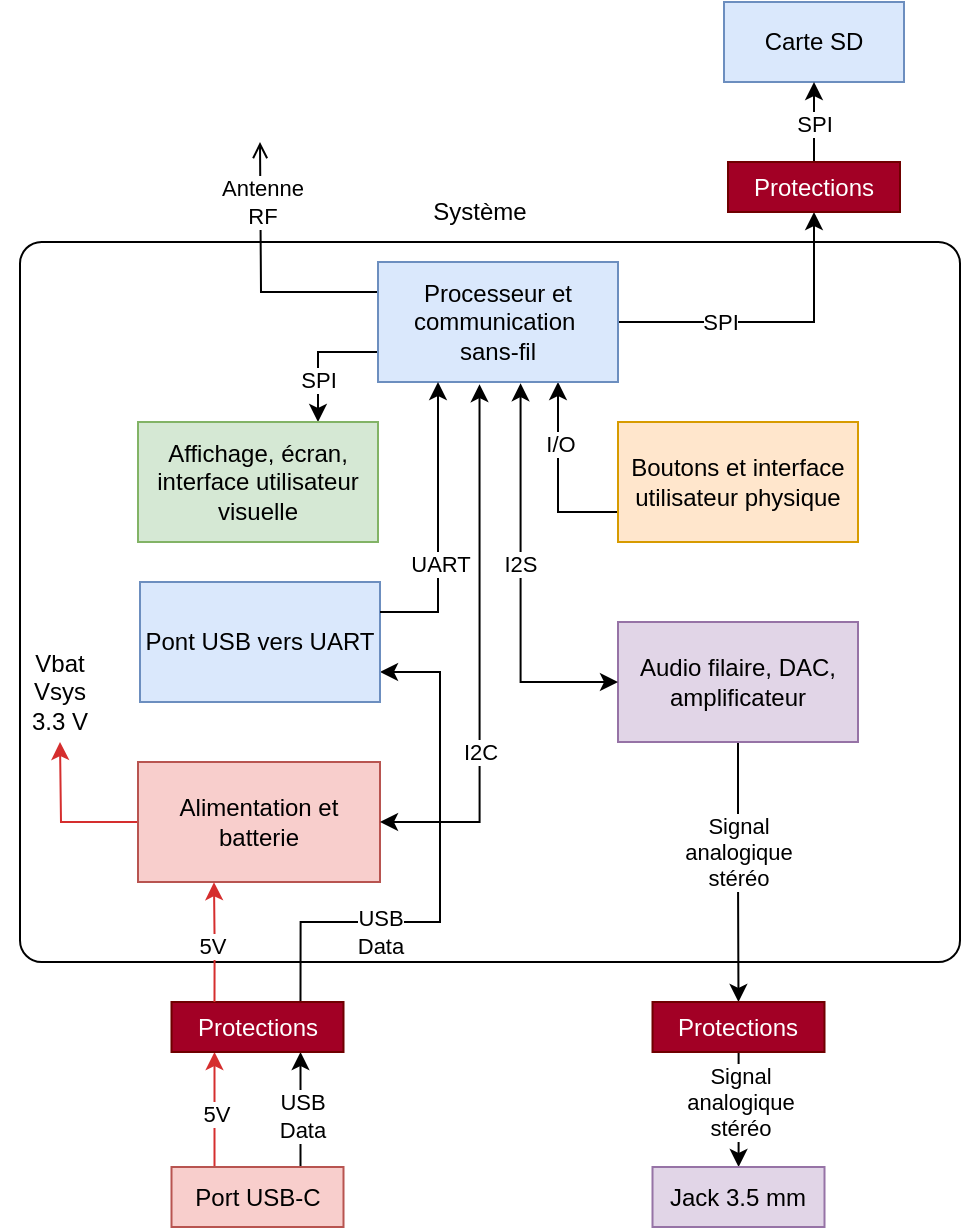
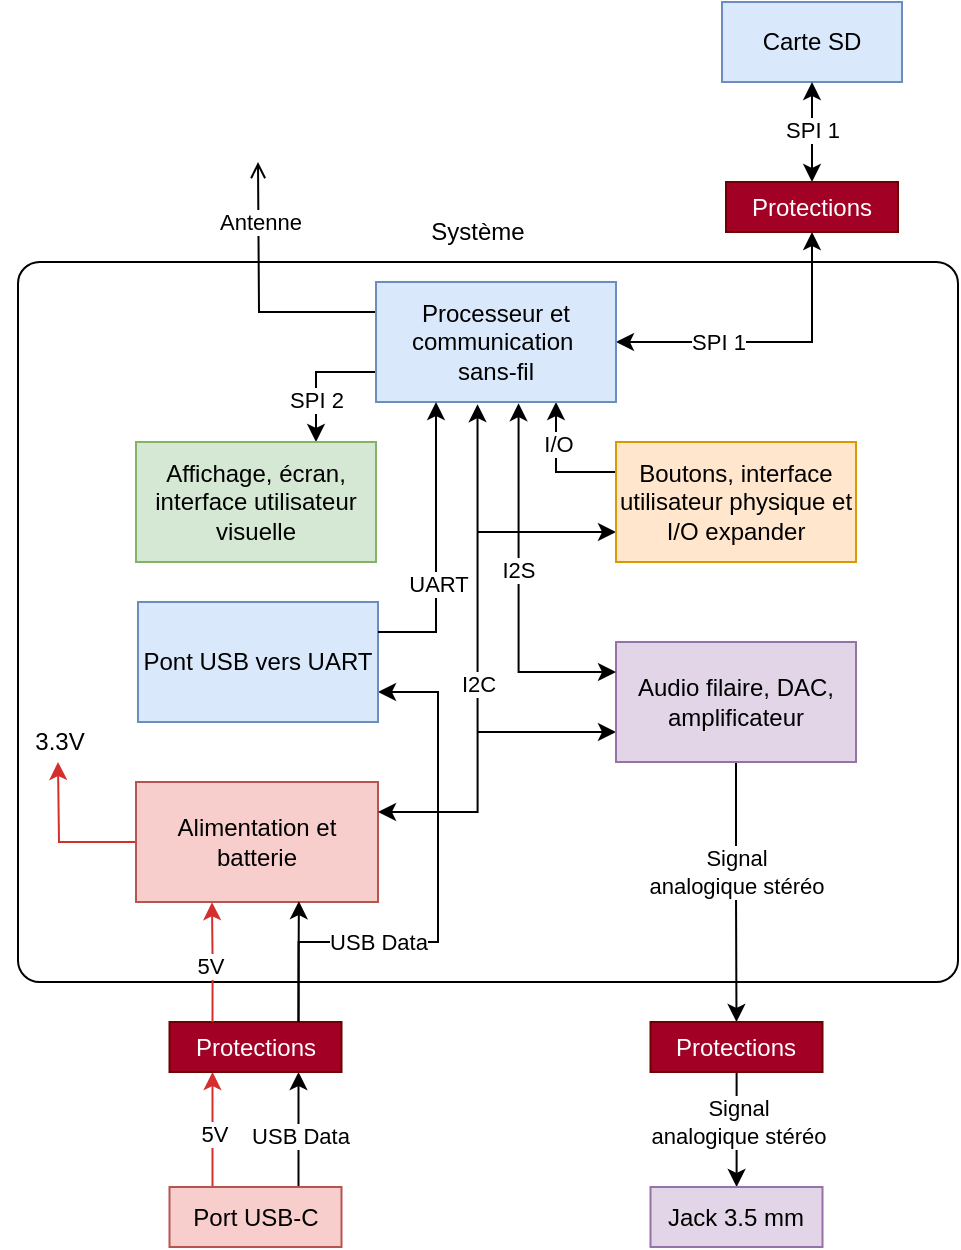
- <mxfile host="app.diagrams.net" agent="Mozilla/5.0 (Windows NT 10.0; Win64; x64; rv:148.0) Gecko/20100101 Firefox/148.0" version="29.6.0">
+ <mxfile host="app.diagrams.net" agent="Mozilla/5.0 (Windows NT 10.0; Win64; x64; rv:148.0) Gecko/20100101 Firefox/148.0">
  <diagram name="Page-1" id="Mp4qxl4u3dfNtDBe53xb">
-     <mxGraphModel dx="1425" dy="799" grid="1" gridSize="10" guides="1" tooltips="1" connect="1" arrows="1" fold="1" page="1" pageScale="1" pageWidth="827" pageHeight="1169" math="0" shadow="0">
+     <mxGraphModel dx="1077" dy="490" grid="1" gridSize="10" guides="1" tooltips="1" connect="1" arrows="1" fold="1" page="1" pageScale="1" pageWidth="827" pageHeight="1169" math="0" shadow="0">
      <root>
        <mxCell id="0" />
        <mxCell id="1" parent="0" />
        <mxCell id="InfD0HFL66ZjcEA0G4re-41" parent="1" style="rounded=1;whiteSpace=wrap;html=1;arcSize=3;" value="" vertex="1">
          <mxGeometry height="360" width="470" x="183" y="340" as="geometry" />
        </mxCell>
        <mxCell id="InfD0HFL66ZjcEA0G4re-17" edge="1" parent="1" source="mWaRPkYXV2c9awh6F8o4-3" style="edgeStyle=orthogonalEdgeStyle;rounded=0;orthogonalLoop=1;jettySize=auto;html=1;exitX=0.25;exitY=0;exitDx=0;exitDy=0;entryX=0.25;entryY=1;entryDx=0;entryDy=0;strokeColor=#D52E2E;" target="mWaRPkYXV2c9awh6F8o4-29">
          <mxGeometry relative="1" as="geometry" />
        </mxCell>
        <mxCell id="InfD0HFL66ZjcEA0G4re-34" connectable="0" parent="InfD0HFL66ZjcEA0G4re-17" style="edgeLabel;html=1;align=center;verticalAlign=middle;resizable=0;points=[];" value="5V" vertex="1">
          <mxGeometry relative="1" x="-0.073" y="-3" as="geometry">
            <mxPoint x="-3" as="offset" />
          </mxGeometry>
        </mxCell>
        <mxCell id="InfD0HFL66ZjcEA0G4re-18" edge="1" parent="1" source="mWaRPkYXV2c9awh6F8o4-3" style="edgeStyle=orthogonalEdgeStyle;rounded=0;orthogonalLoop=1;jettySize=auto;html=1;exitX=0.75;exitY=0;exitDx=0;exitDy=0;entryX=0.75;entryY=1;entryDx=0;entryDy=0;strokeColor=#000000;" target="mWaRPkYXV2c9awh6F8o4-29">
          <mxGeometry relative="1" as="geometry" />
        </mxCell>
-         <mxCell id="InfD0HFL66ZjcEA0G4re-36" connectable="0" parent="InfD0HFL66ZjcEA0G4re-18" style="edgeLabel;html=1;align=center;verticalAlign=middle;resizable=0;points=[];" value="&lt;div&gt;USB&lt;/div&gt;&lt;div&gt;Data&lt;/div&gt;" vertex="1">
+         <mxCell id="InfD0HFL66ZjcEA0G4re-36" connectable="0" parent="InfD0HFL66ZjcEA0G4re-18" style="edgeLabel;html=1;align=center;verticalAlign=middle;resizable=0;points=[];" value="&lt;div&gt;USB Data&lt;/div&gt;" vertex="1">
          <mxGeometry relative="1" x="-0.0896" as="geometry">
            <mxPoint as="offset" />
          </mxGeometry>
        </mxCell>
        <mxCell id="mWaRPkYXV2c9awh6F8o4-3" parent="1" style="rounded=0;whiteSpace=wrap;html=1;fillColor=#f8cecc;strokeColor=#b85450;" value="Port USB-C" vertex="1">
          <mxGeometry height="30" width="86" x="258.75" y="802.5" as="geometry" />
        </mxCell>
        <mxCell id="InfD0HFL66ZjcEA0G4re-30" edge="1" parent="1" source="mWaRPkYXV2c9awh6F8o4-9" style="edgeStyle=orthogonalEdgeStyle;rounded=0;orthogonalLoop=1;jettySize=auto;html=1;exitX=0;exitY=0.5;exitDx=0;exitDy=0;strokeColor=#D52E2E;">
          <mxGeometry relative="1" as="geometry">
            <mxPoint x="203" y="590" as="targetPoint" />
          </mxGeometry>
        </mxCell>
        <mxCell id="mWaRPkYXV2c9awh6F8o4-9" parent="1" style="rounded=0;whiteSpace=wrap;html=1;fillColor=#f8cecc;strokeColor=#b85450;" value="Alimentation et batterie" vertex="1">
          <mxGeometry height="60" width="121" x="242" y="600" as="geometry" />
        </mxCell>
        <mxCell id="mWaRPkYXV2c9awh6F8o4-10" edge="1" parent="1" source="mWaRPkYXV2c9awh6F8o4-17" style="edgeStyle=orthogonalEdgeStyle;rounded=0;orthogonalLoop=1;jettySize=auto;html=1;exitX=0;exitY=0.25;exitDx=0;exitDy=0;endArrow=open;endFill=0;">
          <mxGeometry relative="1" as="geometry">
            <mxPoint x="303" y="290" as="targetPoint" />
          </mxGeometry>
        </mxCell>
-         <mxCell id="mWaRPkYXV2c9awh6F8o4-11" connectable="0" parent="mWaRPkYXV2c9awh6F8o4-10" style="edgeLabel;html=1;align=center;verticalAlign=middle;resizable=0;points=[];" value="&lt;div&gt;Antenne&lt;/div&gt;RF" vertex="1">
+         <mxCell id="mWaRPkYXV2c9awh6F8o4-11" connectable="0" parent="mWaRPkYXV2c9awh6F8o4-10" style="edgeLabel;html=1;align=center;verticalAlign=middle;resizable=0;points=[];" value="&lt;div&gt;Antenne&lt;/div&gt;" vertex="1">
          <mxGeometry relative="1" x="0.3241" y="1" as="geometry">
            <mxPoint x="1" y="-15" as="offset" />
          </mxGeometry>
        </mxCell>
-         <mxCell id="mWaRPkYXV2c9awh6F8o4-14" edge="1" parent="1" source="mWaRPkYXV2c9awh6F8o4-17" style="edgeStyle=orthogonalEdgeStyle;rounded=0;orthogonalLoop=1;jettySize=auto;html=1;exitX=0.75;exitY=1;exitDx=0;exitDy=0;entryX=0;entryY=0.75;entryDx=0;entryDy=0;startArrow=classic;startFill=1;endArrow=none;endFill=0;" target="mWaRPkYXV2c9awh6F8o4-19">
+         <mxCell id="mWaRPkYXV2c9awh6F8o4-14" edge="1" parent="1" source="mWaRPkYXV2c9awh6F8o4-17" style="edgeStyle=orthogonalEdgeStyle;rounded=0;orthogonalLoop=1;jettySize=auto;html=1;exitX=0.75;exitY=1;exitDx=0;exitDy=0;entryX=0;entryY=0.25;entryDx=0;entryDy=0;startArrow=classic;startFill=1;endArrow=none;endFill=0;" target="mWaRPkYXV2c9awh6F8o4-19">
          <mxGeometry relative="1" as="geometry" />
        </mxCell>
        <mxCell id="InfD0HFL66ZjcEA0G4re-4" connectable="0" parent="mWaRPkYXV2c9awh6F8o4-14" style="edgeLabel;html=1;align=center;verticalAlign=middle;resizable=0;points=[];" value="I/O" vertex="1">
          <mxGeometry relative="1" x="-0.3549" y="1" as="geometry">
            <mxPoint as="offset" />
          </mxGeometry>
        </mxCell>
-         <mxCell id="mWaRPkYXV2c9awh6F8o4-16" edge="1" parent="1" source="mWaRPkYXV2c9awh6F8o4-17" style="edgeStyle=orthogonalEdgeStyle;rounded=0;orthogonalLoop=1;jettySize=auto;html=1;exitX=1;exitY=0.5;exitDx=0;exitDy=0;entryX=0.5;entryY=1;entryDx=0;entryDy=0;strokeColor=#000000;" target="mWaRPkYXV2c9awh6F8o4-31">
-           <mxGeometry relative="1" as="geometry" />
-         </mxCell>
-         <mxCell id="InfD0HFL66ZjcEA0G4re-1" connectable="0" parent="mWaRPkYXV2c9awh6F8o4-16" style="edgeLabel;html=1;align=center;verticalAlign=middle;resizable=0;points=[];" value="SPI" vertex="1">
+         <mxCell id="mWaRPkYXV2c9awh6F8o4-16" edge="1" parent="1" source="mWaRPkYXV2c9awh6F8o4-17" style="edgeStyle=orthogonalEdgeStyle;rounded=0;orthogonalLoop=1;jettySize=auto;html=1;exitX=1;exitY=0.5;exitDx=0;exitDy=0;entryX=0.5;entryY=1;entryDx=0;entryDy=0;strokeColor=#000000;startArrow=classic;startFill=1;" target="mWaRPkYXV2c9awh6F8o4-31">
+           <mxGeometry relative="1" as="geometry" />
+         </mxCell>
+         <mxCell id="InfD0HFL66ZjcEA0G4re-1" connectable="0" parent="mWaRPkYXV2c9awh6F8o4-16" style="edgeLabel;html=1;align=center;verticalAlign=middle;resizable=0;points=[];" value="SPI 1" vertex="1">
          <mxGeometry relative="1" x="0.3219" y="2" as="geometry">
            <mxPoint x="-45" y="3" as="offset" />
          </mxGeometry>
        </mxCell>
        <mxCell id="InfD0HFL66ZjcEA0G4re-27" edge="1" parent="1" source="mWaRPkYXV2c9awh6F8o4-17" style="edgeStyle=orthogonalEdgeStyle;rounded=0;orthogonalLoop=1;jettySize=auto;html=1;exitX=0;exitY=0.75;exitDx=0;exitDy=0;entryX=0.75;entryY=0;entryDx=0;entryDy=0;" target="mWaRPkYXV2c9awh6F8o4-18">
          <mxGeometry relative="1" as="geometry" />
        </mxCell>
-         <mxCell id="InfD0HFL66ZjcEA0G4re-28" connectable="0" parent="InfD0HFL66ZjcEA0G4re-27" style="edgeLabel;html=1;align=center;verticalAlign=middle;resizable=0;points=[];" value="SPI" vertex="1">
+         <mxCell id="InfD0HFL66ZjcEA0G4re-28" connectable="0" parent="InfD0HFL66ZjcEA0G4re-27" style="edgeLabel;html=1;align=center;verticalAlign=middle;resizable=0;points=[];" value="SPI 2" vertex="1">
          <mxGeometry relative="1" x="0.3448" as="geometry">
            <mxPoint as="offset" />
          </mxGeometry>
        </mxCell>
        <mxCell id="mWaRPkYXV2c9awh6F8o4-17" parent="1" style="rounded=0;whiteSpace=wrap;html=1;fillColor=#dae8fc;strokeColor=#6c8ebf;" value="&lt;div&gt;Processeur et communication&amp;nbsp;&lt;/div&gt;&lt;div&gt;sans-fil&lt;/div&gt;" vertex="1">
          <mxGeometry height="60" width="120" x="362" y="350" as="geometry" />
        </mxCell>
        <mxCell id="mWaRPkYXV2c9awh6F8o4-18" parent="1" style="rounded=0;whiteSpace=wrap;html=1;fillColor=#d5e8d4;strokeColor=#82b366;" value="Affichage, écran, interface utilisateur visuelle" vertex="1">
          <mxGeometry height="60" width="120" x="242" y="430" as="geometry" />
        </mxCell>
-         <mxCell id="mWaRPkYXV2c9awh6F8o4-19" parent="1" style="rounded=0;whiteSpace=wrap;html=1;fillColor=#ffe6cc;strokeColor=#d79b00;" value="Boutons et interface utilisateur physique" vertex="1">
+         <mxCell id="zYMX3MGjl0S8vz_TeQ27-9" edge="1" parent="1" source="mWaRPkYXV2c9awh6F8o4-19" style="edgeStyle=orthogonalEdgeStyle;rounded=0;orthogonalLoop=1;jettySize=auto;html=1;exitX=0;exitY=0.75;exitDx=0;exitDy=0;startArrow=classic;startFill=1;endArrow=none;endFill=0;">
+           <mxGeometry relative="1" as="geometry">
+             <mxPoint x="413" y="475" as="targetPoint" />
+           </mxGeometry>
+         </mxCell>
+         <mxCell id="mWaRPkYXV2c9awh6F8o4-19" parent="1" style="rounded=0;whiteSpace=wrap;html=1;fillColor=#ffe6cc;strokeColor=#d79b00;" value="Boutons, interface utilisateur physique et I/O expander" vertex="1">
          <mxGeometry height="60" width="120" x="482" y="430" as="geometry" />
        </mxCell>
        <mxCell id="InfD0HFL66ZjcEA0G4re-32" edge="1" parent="1" source="mWaRPkYXV2c9awh6F8o4-22" style="edgeStyle=orthogonalEdgeStyle;rounded=0;orthogonalLoop=1;jettySize=auto;html=1;exitX=0.5;exitY=1;exitDx=0;exitDy=0;entryX=0.5;entryY=0;entryDx=0;entryDy=0;" target="mWaRPkYXV2c9awh6F8o4-33">
          <mxGeometry relative="1" as="geometry" />
        </mxCell>
-         <mxCell id="InfD0HFL66ZjcEA0G4re-33" connectable="0" parent="InfD0HFL66ZjcEA0G4re-32" style="edgeLabel;html=1;align=center;verticalAlign=middle;resizable=0;points=[];" value="&lt;div&gt;Signal&lt;/div&gt;&lt;div&gt;analogique&lt;/div&gt;&lt;div&gt;stéréo&lt;/div&gt;" vertex="1">
+         <mxCell id="InfD0HFL66ZjcEA0G4re-33" connectable="0" parent="InfD0HFL66ZjcEA0G4re-32" style="edgeLabel;html=1;align=center;verticalAlign=middle;resizable=0;points=[];" value="&lt;div&gt;Signal&lt;/div&gt;&lt;div&gt;analogique stéréo&lt;/div&gt;" vertex="1">
          <mxGeometry relative="1" x="-0.0581" as="geometry">
            <mxPoint y="-7" as="offset" />
          </mxGeometry>
        </mxCell>
+         <mxCell id="zYMX3MGjl0S8vz_TeQ27-4" edge="1" parent="1" source="mWaRPkYXV2c9awh6F8o4-22" style="edgeStyle=orthogonalEdgeStyle;rounded=0;orthogonalLoop=1;jettySize=auto;html=1;exitX=0;exitY=0.75;exitDx=0;exitDy=0;endArrow=none;endFill=0;startArrow=classic;startFill=1;">
+           <mxGeometry relative="1" as="geometry">
+             <mxPoint x="413" y="575" as="targetPoint" />
+           </mxGeometry>
+         </mxCell>
        <mxCell id="mWaRPkYXV2c9awh6F8o4-22" parent="1" style="rounded=0;whiteSpace=wrap;html=1;fillColor=#e1d5e7;strokeColor=#9673a6;" value="Audio filaire, DAC, amplificateur" vertex="1">
          <mxGeometry height="60" width="120" x="482" y="530" as="geometry" />
        </mxCell>
        <mxCell id="mWaRPkYXV2c9awh6F8o4-23" parent="1" style="rounded=0;whiteSpace=wrap;html=1;fillColor=#dae8fc;strokeColor=#6c8ebf;" value="Carte SD" vertex="1">
-           <mxGeometry height="40" width="90" x="535" y="220" as="geometry" />
+           <mxGeometry height="40" width="90" x="535" y="210" as="geometry" />
        </mxCell>
        <mxCell id="InfD0HFL66ZjcEA0G4re-22" edge="1" parent="1" source="mWaRPkYXV2c9awh6F8o4-29" style="edgeStyle=orthogonalEdgeStyle;rounded=0;orthogonalLoop=1;jettySize=auto;html=1;exitX=0.75;exitY=0;exitDx=0;exitDy=0;entryX=1;entryY=0.75;entryDx=0;entryDy=0;strokeColor=#000000;" target="InfD0HFL66ZjcEA0G4re-16">
          <mxGeometry relative="1" as="geometry">
            <Array as="points">
              <mxPoint x="323" y="680" />
              <mxPoint x="393" y="680" />
              <mxPoint x="393" y="555" />
            </Array>
          </mxGeometry>
        </mxCell>
-         <mxCell id="InfD0HFL66ZjcEA0G4re-37" connectable="0" parent="InfD0HFL66ZjcEA0G4re-22" style="edgeLabel;html=1;align=center;verticalAlign=middle;resizable=0;points=[];" value="&lt;div&gt;USB&lt;/div&gt;&lt;div&gt;Data&lt;/div&gt;" vertex="1">
+         <mxCell id="InfD0HFL66ZjcEA0G4re-37" connectable="0" parent="InfD0HFL66ZjcEA0G4re-22" style="edgeLabel;html=1;align=center;verticalAlign=middle;resizable=0;points=[];" value="&lt;div&gt;USB Data&lt;/div&gt;" vertex="1">
          <mxGeometry relative="1" x="-0.0447" y="-1" as="geometry">
-             <mxPoint x="-31" y="22" as="offset" />
+             <mxPoint x="-31" y="17" as="offset" />
          </mxGeometry>
        </mxCell>
        <mxCell id="mWaRPkYXV2c9awh6F8o4-29" parent="1" style="rounded=0;whiteSpace=wrap;html=1;fillColor=#a20025;fontColor=#ffffff;strokeColor=#6F0000;" value="Protections" vertex="1">
          <mxGeometry height="25" width="86" x="258.75" y="720" as="geometry" />
        </mxCell>
-         <mxCell id="InfD0HFL66ZjcEA0G4re-42" edge="1" parent="1" source="mWaRPkYXV2c9awh6F8o4-31" style="edgeStyle=orthogonalEdgeStyle;rounded=0;orthogonalLoop=1;jettySize=auto;html=1;" target="mWaRPkYXV2c9awh6F8o4-23" value="">
-           <mxGeometry relative="1" as="geometry" />
-         </mxCell>
-         <mxCell id="InfD0HFL66ZjcEA0G4re-43" connectable="0" parent="InfD0HFL66ZjcEA0G4re-42" style="edgeLabel;html=1;align=center;verticalAlign=middle;resizable=0;points=[];" value="SPI" vertex="1">
+         <mxCell id="InfD0HFL66ZjcEA0G4re-42" edge="1" parent="1" source="mWaRPkYXV2c9awh6F8o4-31" style="edgeStyle=orthogonalEdgeStyle;rounded=0;orthogonalLoop=1;jettySize=auto;html=1;startArrow=classic;startFill=1;" target="mWaRPkYXV2c9awh6F8o4-23" value="">
+           <mxGeometry relative="1" as="geometry" />
+         </mxCell>
+         <mxCell id="InfD0HFL66ZjcEA0G4re-43" connectable="0" parent="InfD0HFL66ZjcEA0G4re-42" style="edgeLabel;html=1;align=center;verticalAlign=middle;resizable=0;points=[];" value="SPI 1" vertex="1">
          <mxGeometry relative="1" x="0.4232" y="1" as="geometry">
            <mxPoint x="1" y="9" as="offset" />
          </mxGeometry>
        </mxCell>
        <mxCell id="mWaRPkYXV2c9awh6F8o4-31" parent="1" style="rounded=0;whiteSpace=wrap;html=1;fillColor=#a20025;fontColor=#ffffff;strokeColor=#6F0000;" value="Protections" vertex="1">
          <mxGeometry height="25" width="86" x="537" y="300" as="geometry" />
        </mxCell>
        <mxCell id="mWaRPkYXV2c9awh6F8o4-32" edge="1" parent="1" source="mWaRPkYXV2c9awh6F8o4-33" style="edgeStyle=orthogonalEdgeStyle;rounded=0;orthogonalLoop=1;jettySize=auto;html=1;fillColor=#d80073;strokeColor=#000000;" target="mWaRPkYXV2c9awh6F8o4-34" value="">
          <mxGeometry relative="1" as="geometry">
            <Array as="points">
              <mxPoint x="542.25" y="752.5" />
              <mxPoint x="542.25" y="752.5" />
            </Array>
          </mxGeometry>
        </mxCell>
-         <mxCell id="InfD0HFL66ZjcEA0G4re-8" connectable="0" parent="mWaRPkYXV2c9awh6F8o4-32" style="edgeLabel;html=1;align=center;verticalAlign=middle;resizable=0;points=[];" value="&lt;div&gt;Signal&lt;/div&gt;&lt;div&gt;analogique&lt;/div&gt;&lt;div&gt;stéréo&lt;/div&gt;" vertex="1">
+         <mxCell id="InfD0HFL66ZjcEA0G4re-8" connectable="0" parent="mWaRPkYXV2c9awh6F8o4-32" style="edgeLabel;html=1;align=center;verticalAlign=middle;resizable=0;points=[];" value="&lt;div&gt;Signal&lt;/div&gt;&lt;div&gt;analogique stéréo&lt;/div&gt;" vertex="1">
          <mxGeometry relative="1" x="-0.1361" as="geometry">
            <mxPoint as="offset" />
          </mxGeometry>
        </mxCell>
        <mxCell id="mWaRPkYXV2c9awh6F8o4-33" parent="1" style="rounded=0;whiteSpace=wrap;html=1;fillColor=#a20025;fontColor=#ffffff;strokeColor=#6F0000;rotation=0;" value="Protections" vertex="1">
          <mxGeometry height="25" width="86" x="499.25" y="720" as="geometry" />
        </mxCell>
        <mxCell id="mWaRPkYXV2c9awh6F8o4-34" parent="1" style="rounded=0;whiteSpace=wrap;html=1;fillColor=#e1d5e7;strokeColor=#9673a6;" value="Jack 3.5 mm" vertex="1">
          <mxGeometry height="30" width="86" x="499.25" y="802.5" as="geometry" />
        </mxCell>
        <mxCell id="InfD0HFL66ZjcEA0G4re-16" parent="1" style="rounded=0;whiteSpace=wrap;html=1;fillColor=#dae8fc;strokeColor=#6c8ebf;" value="&lt;div&gt;Pont USB vers UART&lt;/div&gt;" vertex="1">
          <mxGeometry height="60" width="120" x="243" y="510" as="geometry" />
        </mxCell>
        <mxCell id="InfD0HFL66ZjcEA0G4re-20" edge="1" parent="1" source="mWaRPkYXV2c9awh6F8o4-29" style="edgeStyle=orthogonalEdgeStyle;rounded=0;orthogonalLoop=1;jettySize=auto;html=1;exitX=0.25;exitY=0;exitDx=0;exitDy=0;entryX=0.314;entryY=1.002;entryDx=0;entryDy=0;entryPerimeter=0;strokeColor=#D52E2E;" target="mWaRPkYXV2c9awh6F8o4-9">
          <mxGeometry relative="1" as="geometry" />
        </mxCell>
        <mxCell id="InfD0HFL66ZjcEA0G4re-35" connectable="0" parent="InfD0HFL66ZjcEA0G4re-20" style="edgeLabel;html=1;align=center;verticalAlign=middle;resizable=0;points=[];" value="5V" vertex="1">
          <mxGeometry relative="1" x="-0.0698" y="2" as="geometry">
            <mxPoint as="offset" />
          </mxGeometry>
        </mxCell>
        <mxCell id="InfD0HFL66ZjcEA0G4re-23" edge="1" parent="1" source="InfD0HFL66ZjcEA0G4re-16" style="edgeStyle=orthogonalEdgeStyle;rounded=0;orthogonalLoop=1;jettySize=auto;html=1;exitX=1;exitY=0.25;exitDx=0;exitDy=0;entryX=0.25;entryY=1;entryDx=0;entryDy=0;fillColor=#dae8fc;strokeColor=#000000;" target="mWaRPkYXV2c9awh6F8o4-17">
          <mxGeometry relative="1" as="geometry">
            <mxPoint x="403" y="411" as="targetPoint" />
          </mxGeometry>
        </mxCell>
        <mxCell id="InfD0HFL66ZjcEA0G4re-38" connectable="0" parent="InfD0HFL66ZjcEA0G4re-23" style="edgeLabel;html=1;align=center;verticalAlign=middle;resizable=0;points=[];" value="UART" vertex="1">
          <mxGeometry relative="1" x="-0.3114" as="geometry">
            <mxPoint x="1" y="-4" as="offset" />
          </mxGeometry>
        </mxCell>
-         <mxCell id="InfD0HFL66ZjcEA0G4re-24" edge="1" parent="1" source="mWaRPkYXV2c9awh6F8o4-22" style="edgeStyle=orthogonalEdgeStyle;rounded=0;orthogonalLoop=1;jettySize=auto;html=1;exitX=0;exitY=0.5;exitDx=0;exitDy=0;entryX=0.594;entryY=1.01;entryDx=0;entryDy=0;entryPerimeter=0;startArrow=classic;startFill=1;strokeColor=#000000;" target="mWaRPkYXV2c9awh6F8o4-17">
+         <mxCell id="InfD0HFL66ZjcEA0G4re-24" edge="1" parent="1" source="mWaRPkYXV2c9awh6F8o4-22" style="edgeStyle=orthogonalEdgeStyle;rounded=0;orthogonalLoop=1;jettySize=auto;html=1;exitX=0;exitY=0.25;exitDx=0;exitDy=0;entryX=0.594;entryY=1.01;entryDx=0;entryDy=0;entryPerimeter=0;startArrow=classic;startFill=1;strokeColor=#000000;" target="mWaRPkYXV2c9awh6F8o4-17">
          <mxGeometry relative="1" as="geometry" />
        </mxCell>
        <mxCell id="InfD0HFL66ZjcEA0G4re-40" connectable="0" parent="InfD0HFL66ZjcEA0G4re-24" style="edgeLabel;html=1;align=center;verticalAlign=middle;resizable=0;points=[];" value="I2S" vertex="1">
          <mxGeometry relative="1" x="0.024" y="1" as="geometry">
            <mxPoint y="-6" as="offset" />
          </mxGeometry>
        </mxCell>
-         <mxCell id="InfD0HFL66ZjcEA0G4re-29" edge="1" parent="1" source="mWaRPkYXV2c9awh6F8o4-9" style="edgeStyle=orthogonalEdgeStyle;rounded=0;orthogonalLoop=1;jettySize=auto;html=1;exitX=1;exitY=0.5;exitDx=0;exitDy=0;entryX=0.423;entryY=1.018;entryDx=0;entryDy=0;entryPerimeter=0;strokeColor=#000000;startArrow=classic;startFill=1;" target="mWaRPkYXV2c9awh6F8o4-17">
+         <mxCell id="InfD0HFL66ZjcEA0G4re-29" edge="1" parent="1" source="mWaRPkYXV2c9awh6F8o4-9" style="edgeStyle=orthogonalEdgeStyle;rounded=0;orthogonalLoop=1;jettySize=auto;html=1;exitX=1;exitY=0.25;exitDx=0;exitDy=0;entryX=0.423;entryY=1.018;entryDx=0;entryDy=0;entryPerimeter=0;strokeColor=#000000;startArrow=classic;startFill=1;" target="mWaRPkYXV2c9awh6F8o4-17">
          <mxGeometry relative="1" as="geometry" />
        </mxCell>
        <mxCell id="InfD0HFL66ZjcEA0G4re-39" connectable="0" parent="InfD0HFL66ZjcEA0G4re-29" style="edgeLabel;html=1;align=center;verticalAlign=middle;resizable=0;points=[];" value="I2C" vertex="1">
          <mxGeometry relative="1" x="-0.3645" y="-2" as="geometry">
-             <mxPoint x="-2" as="offset" />
-           </mxGeometry>
-         </mxCell>
-         <mxCell id="InfD0HFL66ZjcEA0G4re-31" parent="1" style="text;html=1;whiteSpace=wrap;strokeColor=none;fillColor=none;align=center;verticalAlign=middle;rounded=0;" value="&lt;div&gt;Vbat&lt;/div&gt;&lt;div&gt;Vsys&lt;/div&gt;&lt;div&gt;3.3 V&lt;/div&gt;" vertex="1">
-           <mxGeometry height="30" width="60" x="173" y="550" as="geometry" />
+             <mxPoint x="-2" y="-34" as="offset" />
+           </mxGeometry>
+         </mxCell>
+         <mxCell id="InfD0HFL66ZjcEA0G4re-31" parent="1" style="text;html=1;whiteSpace=wrap;strokeColor=none;fillColor=none;align=center;verticalAlign=middle;rounded=0;" value="3.3V" vertex="1">
+           <mxGeometry height="30" width="60" x="174" y="565" as="geometry" />
        </mxCell>
        <mxCell id="1Toc3cIqXZPEAH0HjKzK-1" parent="1" style="text;html=1;whiteSpace=wrap;strokeColor=none;fillColor=none;align=center;verticalAlign=middle;rounded=0;" value="Système" vertex="1">
          <mxGeometry height="30" width="60" x="383" y="310" as="geometry" />
+         </mxCell>
+         <mxCell id="zYMX3MGjl0S8vz_TeQ27-10" edge="1" parent="1" source="mWaRPkYXV2c9awh6F8o4-29" style="edgeStyle=orthogonalEdgeStyle;rounded=0;orthogonalLoop=1;jettySize=auto;html=1;exitX=0.75;exitY=0;exitDx=0;exitDy=0;entryX=0.673;entryY=0.993;entryDx=0;entryDy=0;entryPerimeter=0;" target="mWaRPkYXV2c9awh6F8o4-9">
+           <mxGeometry relative="1" as="geometry" />
        </mxCell>
      </root>
    </mxGraphModel>
  </diagram>
</mxfile>
